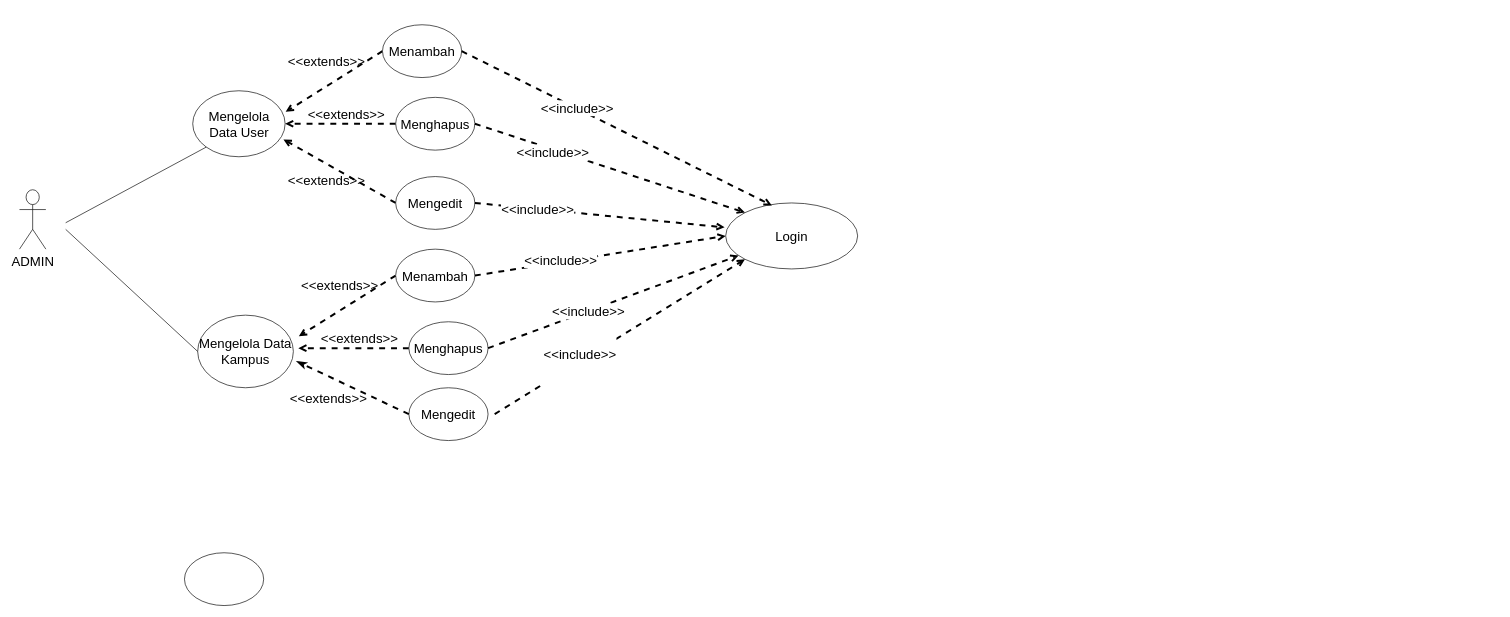
Above: page "Use case" (1 of 2) of absi Diagram.drawio in dickisepto/pustaka-booking (draw.io), before the change. Source tidied: cells renumbered, new cells numbered last; positions are measured from the earlier drawing's top-left corner, leaving out a move shared by most shapes. Both pictures are drawn from the tidied source at 66%, with x=0, y=0 at pixel (19, 24).
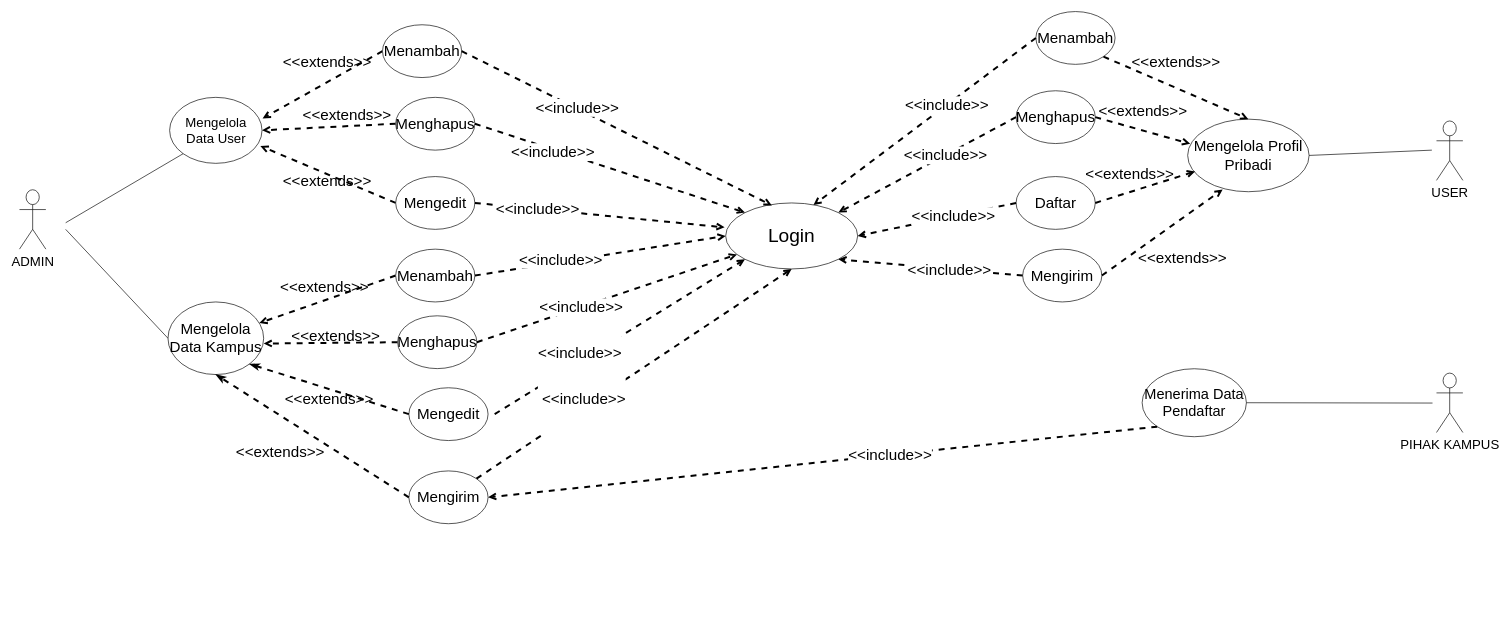
After the change.

What changed in the source:
```diff
@@
-    <mxCell id="3" style="ellipse;whiteSpace=wrap;html=1;" parent="1" vertex="1">
-      <mxGeometry x="250" y="800" width="120" height="80" as="geometry" />
-    </mxCell>
     <mxCell id="4" value="Mengelola Data User" style="ellipse;whiteSpace=wrap;html=1;fontSize=20;" parent="1" vertex="1">
-      <mxGeometry x="262.5" y="100" width="140" height="100" as="geometry" />
+      <mxGeometry x="227.5" y="110" width="140" height="100" as="geometry" />
     </mxCell>
-    <mxCell id="5" value="Mengelola Data Kampus" style="ellipse;whiteSpace=wrap;html=1;fontSize=20;" parent="1" vertex="1">
-      <mxGeometry x="270" y="440" width="145" height="110" as="geometry" />
+    <mxCell id="5" value="Mengelola Data Kampus" style="ellipse;whiteSpace=wrap;html=1;fontSize=23;" parent="1" vertex="1">
+      <mxGeometry x="225" y="420" width="145" height="110" as="geometry" />
     </mxCell>
@@
-    <mxCell id="8" style="endArrow=open;dashed=1;html=1;rounded=0;fontSize=20;endFill=0;strokeWidth=3;entryX=1.006;entryY=0.32;entryDx=0;entryDy=0;entryPerimeter=0;exitX=0;exitY=0.5;exitDx=0;exitDy=0;" parent="1" edge="1" source="9" target="4">
+    <mxCell id="8" style="endArrow=open;dashed=1;html=1;rounded=0;fontSize=23;endFill=0;strokeWidth=3;entryX=1.006;entryY=0.32;entryDx=0;entryDy=0;entryPerimeter=0;exitX=0;exitY=0.5;exitDx=0;exitDy=0;" parent="1" edge="1" source="9" target="4">
       <mxGeometry relative="1" as="geometry" />
     </mxCell>
-    <mxCell id="9" value="Menambah" style="ellipse;whiteSpace=wrap;html=1;fontSize=20;" parent="1" vertex="1">
+    <mxCell id="9" value="Menambah" style="ellipse;whiteSpace=wrap;html=1;fontSize=23;" parent="1" vertex="1">
       <mxGeometry x="550" width="120" height="80" as="geometry" />
     </mxCell>
-    <mxCell id="10" style="endArrow=open;dashed=1;html=1;rounded=0;fontSize=20;endFill=0;entryX=1;entryY=0.5;entryDx=0;entryDy=0;strokeWidth=3;exitX=0;exitY=0.5;exitDx=0;exitDy=0;" parent="1" edge="1" source="12" target="4">
+    <mxCell id="10" style="endArrow=open;dashed=1;html=1;rounded=0;fontSize=23;endFill=0;entryX=1;entryY=0.5;entryDx=0;entryDy=0;strokeWidth=3;exitX=0;exitY=0.5;exitDx=0;exitDy=0;" parent="1" edge="1" source="12" target="4">
       <mxGeometry relative="1" as="geometry" />
     </mxCell>
-    <mxCell id="11" style="endArrow=open;dashed=1;html=1;rounded=0;fontSize=20;endFill=0;entryX=0.982;entryY=0.737;entryDx=0;entryDy=0;strokeWidth=3;entryPerimeter=0;exitX=0;exitY=0.5;exitDx=0;exitDy=0;" parent="1" edge="1" source="13" target="4">
+    <mxCell id="11" style="endArrow=open;dashed=1;html=1;rounded=0;fontSize=23;endFill=0;entryX=0.982;entryY=0.737;entryDx=0;entryDy=0;strokeWidth=3;entryPerimeter=0;exitX=0;exitY=0.5;exitDx=0;exitDy=0;" parent="1" edge="1" source="13" target="4">
       <mxGeometry relative="1" as="geometry" />
     </mxCell>
-    <mxCell id="12" value="Menghapus" style="ellipse;whiteSpace=wrap;html=1;fontSize=20;" parent="1" vertex="1">
+    <mxCell id="12" value="Menghapus" style="ellipse;whiteSpace=wrap;html=1;fontSize=23;" parent="1" vertex="1">
       <mxGeometry x="570" y="110" width="120" height="80" as="geometry" />
     </mxCell>
-    <mxCell id="13" value="Mengedit" style="ellipse;whiteSpace=wrap;html=1;fontSize=20;" parent="1" vertex="1">
+    <mxCell id="13" value="Mengedit" style="ellipse;whiteSpace=wrap;html=1;fontSize=23;" parent="1" vertex="1">
       <mxGeometry x="570" y="230" width="120" height="80" as="geometry" />
     </mxCell>
-    <mxCell id="14" value="&amp;lt;&amp;lt;extends&amp;gt;&amp;gt;" style="text;html=1;align=center;verticalAlign=middle;strokeColor=none;fillColor=none;fontSize=20;" parent="1" vertex="1">
-      <mxGeometry x="400" y="220" width="130" height="30" as="geometry" />
+    <mxCell id="14" value="&amp;lt;&amp;lt;extends&amp;gt;&amp;gt;" style="text;html=1;align=center;verticalAlign=middle;strokeColor=none;fillColor=none;fontSize=23;" parent="1" vertex="1">
+      <mxGeometry x="394" y="221" width="144" height="32" as="geometry" />
     </mxCell>
-    <mxCell id="15" value="&amp;lt;&amp;lt;extends&amp;gt;&amp;gt;" style="text;html=1;align=center;verticalAlign=middle;strokeColor=none;fillColor=none;fontSize=20;" parent="1" vertex="1">
-      <mxGeometry x="400" y="40" width="130" height="30" as="geometry" />
+    <mxCell id="15" value="&amp;lt;&amp;lt;extends&amp;gt;&amp;gt;" style="text;html=1;align=center;verticalAlign=middle;strokeColor=none;fillColor=none;fontSize=23;" parent="1" vertex="1">
+      <mxGeometry x="394" y="41" width="144" height="32" as="geometry" />
     </mxCell>
-    <mxCell id="16" value="&amp;lt;&amp;lt;extends&amp;gt;&amp;gt;" style="text;html=1;align=center;verticalAlign=middle;strokeColor=none;fillColor=none;fontSize=20;" parent="1" vertex="1">
-      <mxGeometry x="430" y="120" width="130" height="30" as="geometry" />
+    <mxCell id="16" value="&amp;lt;&amp;lt;extends&amp;gt;&amp;gt;" style="text;html=1;align=center;verticalAlign=middle;strokeColor=none;fillColor=none;fontSize=23;" parent="1" vertex="1">
+      <mxGeometry x="424" y="121" width="144" height="32" as="geometry" />
     </mxCell>
-    <mxCell id="17" style="endArrow=open;dashed=1;html=1;rounded=0;fontSize=20;endFill=0;strokeWidth=3;entryX=1.006;entryY=0.32;entryDx=0;entryDy=0;entryPerimeter=0;exitX=0;exitY=0.5;exitDx=0;exitDy=0;" parent="1" edge="1" source="18">
-      <mxGeometry relative="1" as="geometry">
-        <mxPoint x="423.3" y="472" as="targetPoint" />
-      </mxGeometry>
+    <mxCell id="17" style="endArrow=open;dashed=1;html=1;rounded=0;fontSize=23;endFill=0;strokeWidth=3;exitX=0;exitY=0.5;exitDx=0;exitDy=0;" parent="1" edge="1" source="18" target="5">
+      <mxGeometry relative="1" as="geometry" />
     </mxCell>
-    <mxCell id="18" value="Menambah" style="ellipse;whiteSpace=wrap;html=1;fontSize=20;" parent="1" vertex="1">
+    <mxCell id="18" value="Menambah" style="ellipse;whiteSpace=wrap;html=1;fontSize=23;" parent="1" vertex="1">
       <mxGeometry x="570" y="340" width="120" height="80" as="geometry" />
     </mxCell>
-    <mxCell id="19" style="endArrow=open;dashed=1;html=1;rounded=0;fontSize=20;endFill=0;entryX=1;entryY=0.5;entryDx=0;entryDy=0;strokeWidth=3;exitX=0;exitY=0.5;exitDx=0;exitDy=0;" parent="1" edge="1" source="20">
-      <mxGeometry relative="1" as="geometry">
-        <mxPoint x="422.5" y="490" as="targetPoint" />
-      </mxGeometry>
+    <mxCell id="19" style="endArrow=open;dashed=1;html=1;rounded=0;fontSize=23;endFill=0;entryX=1;entryY=0.573;entryDx=0;entryDy=0;strokeWidth=3;exitX=0;exitY=0.5;exitDx=0;exitDy=0;entryPerimeter=0;" parent="1" edge="1" source="20" target="5">
+      <mxGeometry relative="1" as="geometry" />
     </mxCell>
-    <mxCell id="20" value="Menghapus" style="ellipse;whiteSpace=wrap;html=1;fontSize=20;" parent="1" vertex="1">
-      <mxGeometry x="590" y="450" width="120" height="80" as="geometry" />
+    <mxCell id="20" value="Menghapus" style="ellipse;whiteSpace=wrap;html=1;fontSize=23;" parent="1" vertex="1">
+      <mxGeometry x="573" y="441" width="120" height="80" as="geometry" />
     </mxCell>
-    <mxCell id="21" value="Mengedit" style="ellipse;whiteSpace=wrap;html=1;fontSize=20;" parent="1" vertex="1">
+    <mxCell id="21" value="Mengedit" style="ellipse;whiteSpace=wrap;html=1;fontSize=23;" parent="1" vertex="1">
       <mxGeometry x="590" y="550" width="120" height="80" as="geometry" />
     </mxCell>
-    <mxCell id="22" value="&amp;lt;&amp;lt;extends&amp;gt;&amp;gt;" style="text;html=1;align=center;verticalAlign=middle;strokeColor=none;fillColor=none;fontSize=20;" parent="1" vertex="1">
-      <mxGeometry x="402.5" y="550" width="130" height="30" as="geometry" />
+    <mxCell id="22" value="&amp;lt;&amp;lt;extends&amp;gt;&amp;gt;" style="text;html=1;align=center;verticalAlign=middle;strokeColor=none;fillColor=none;fontSize=23;" parent="1" vertex="1">
+      <mxGeometry x="396.5" y="551" width="144" height="32" as="geometry" />
     </mxCell>
-    <mxCell id="23" value="&amp;lt;&amp;lt;extends&amp;gt;&amp;gt;" style="text;html=1;align=center;verticalAlign=middle;strokeColor=none;fillColor=none;fontSize=20;" parent="1" vertex="1">
-      <mxGeometry x="420" y="380" width="130" height="30" as="geometry" />
+    <mxCell id="23" value="&amp;lt;&amp;lt;extends&amp;gt;&amp;gt;" style="text;html=1;align=center;verticalAlign=middle;strokeColor=none;fillColor=none;fontSize=23;" parent="1" vertex="1">
+      <mxGeometry x="390" y="381" width="144" height="32" as="geometry" />
     </mxCell>
-    <mxCell id="24" value="&amp;lt;&amp;lt;extends&amp;gt;&amp;gt;" style="text;html=1;align=center;verticalAlign=middle;strokeColor=none;fillColor=none;fontSize=20;" parent="1" vertex="1">
-      <mxGeometry x="450" y="460" width="130" height="30" as="geometry" />
+    <mxCell id="24" value="&amp;lt;&amp;lt;extends&amp;gt;&amp;gt;" style="text;html=1;align=center;verticalAlign=middle;strokeColor=none;fillColor=none;fontSize=23;" parent="1" vertex="1">
+      <mxGeometry x="407" y="455" width="144" height="32" as="geometry" />
     </mxCell>
-    <mxCell id="25" style="endArrow=classicThin;dashed=1;html=1;rounded=0;fontSize=20;strokeWidth=3;endFill=1;exitX=0;exitY=0.5;exitDx=0;exitDy=0;" parent="1" edge="1" source="21">
-      <mxGeometry relative="1" as="geometry">
-        <mxPoint x="420" y="510" as="targetPoint" />
-      </mxGeometry>
+    <mxCell id="25" style="endArrow=classicThin;dashed=1;html=1;rounded=0;fontSize=23;strokeWidth=3;endFill=1;exitX=0;exitY=0.5;exitDx=0;exitDy=0;entryX=1;entryY=1;entryDx=0;entryDy=0;" parent="1" edge="1" source="21" target="5">
+      <mxGeometry relative="1" as="geometry" />
     </mxCell>
-    <mxCell id="26" style="endArrow=open;dashed=1;html=1;rounded=0;fontSize=20;strokeWidth=3;exitX=1;exitY=0.5;exitDx=0;exitDy=0;endFill=0;entryX=0;entryY=0.5;entryDx=0;entryDy=0;" parent="1" edge="1" source="18" target="33">
+    <mxCell id="26" style="endArrow=open;dashed=1;html=1;rounded=0;fontSize=23;strokeWidth=3;exitX=1;exitY=0.5;exitDx=0;exitDy=0;endFill=0;entryX=0;entryY=0.5;entryDx=0;entryDy=0;" parent="1" edge="1" source="18" target="33">
       <mxGeometry relative="1" as="geometry" />
     </mxCell>
-    <mxCell id="27" value="&amp;lt;&amp;lt;include&amp;gt;&amp;gt;" style="edgeLabel;html=1;align=center;verticalAlign=middle;fontSize=20;" parent="26" vertex="1">
+    <mxCell id="27" value="&amp;lt;&amp;lt;include&amp;gt;&amp;gt;" style="edgeLabel;html=1;align=center;verticalAlign=middle;fontSize=23;" parent="26" vertex="1">
       <mxGeometry x="-0.32" y="4" relative="1" as="geometry">
         <mxPoint x="1" as="offset" />
       </mxGeometry>
     </mxCell>
-    <mxCell id="28" style="endArrow=open;dashed=1;html=1;rounded=0;fontSize=20;strokeWidth=3;endFill=0;" parent="1" edge="1" target="33">
-      <mxGeometry relative="1" as="geometry">
-        <mxPoint x="710" y="490" as="sourcePoint" />
-      </mxGeometry>
+    <mxCell id="28" style="endArrow=open;dashed=1;html=1;rounded=0;fontSize=23;strokeWidth=3;endFill=0;exitX=1;exitY=0.5;exitDx=0;exitDy=0;" parent="1" edge="1" source="20" target="33">
+      <mxGeometry relative="1" as="geometry" />
     </mxCell>
-    <mxCell id="29" value="&amp;lt;&amp;lt;include&amp;gt;&amp;gt;" style="edgeLabel;html=1;align=center;verticalAlign=middle;fontSize=20;" parent="28" vertex="1">
+    <mxCell id="29" value="&amp;lt;&amp;lt;include&amp;gt;&amp;gt;" style="edgeLabel;html=1;align=center;verticalAlign=middle;fontSize=23;" parent="28" vertex="1">
       <mxGeometry x="-0.2" relative="1" as="geometry" />
     </mxCell>
-    <mxCell id="30" value="&#10;&amp;lt;&amp;lt;include&amp;gt;&amp;gt;&#10;&#10;" style="endArrow=open;dashed=1;html=1;rounded=0;fontSize=20;strokeWidth=3;endFill=0;entryX=0;entryY=1;entryDx=0;entryDy=0;" parent="1" edge="1" target="33">
+    <mxCell id="30" value="&#10;&amp;lt;&amp;lt;include&amp;gt;&amp;gt;&#10;&#10;" style="endArrow=open;dashed=1;html=1;rounded=0;fontSize=23;strokeWidth=3;endFill=0;entryX=0;entryY=1;entryDx=0;entryDy=0;" parent="1" edge="1" target="33">
       <mxGeometry x="-0.32" relative="1" as="geometry">
         <mxPoint x="720" y="590" as="sourcePoint" />
         <mxPoint y="1" as="offset" />
       </mxGeometry>
     </mxCell>
-    <mxCell id="31" style="endArrow=open;dashed=1;html=1;rounded=0;fontSize=20;strokeWidth=3;exitX=1;exitY=0.5;exitDx=0;exitDy=0;endFill=0;entryX=-0.008;entryY=0.37;entryDx=0;entryDy=0;entryPerimeter=0;" parent="1" edge="1" source="13" target="33">
+    <mxCell id="31" style="endArrow=open;dashed=1;html=1;rounded=0;fontSize=23;strokeWidth=3;exitX=1;exitY=0.5;exitDx=0;exitDy=0;endFill=0;entryX=-0.008;entryY=0.37;entryDx=0;entryDy=0;entryPerimeter=0;" parent="1" edge="1" source="13" target="33">
       <mxGeometry relative="1" as="geometry" />
     </mxCell>
-    <mxCell id="32" value="&amp;lt;&amp;lt;include&amp;gt;&amp;gt;" style="edgeLabel;html=1;align=center;verticalAlign=middle;fontSize=20;" parent="31" vertex="1">
+    <mxCell id="32" value="&amp;lt;&amp;lt;include&amp;gt;&amp;gt;" style="edgeLabel;html=1;align=center;verticalAlign=middle;fontSize=23;" parent="31" vertex="1">
       <mxGeometry x="-0.5" y="1" relative="1" as="geometry" />
     </mxCell>
-    <mxCell id="33" value="Login" style="ellipse;whiteSpace=wrap;html=1;fontSize=20;" parent="1" vertex="1">
+    <mxCell id="33" value="&lt;font style=&quot;font-size: 29px&quot;&gt;Login&lt;/font&gt;" style="ellipse;whiteSpace=wrap;html=1;fontSize=23;" parent="1" vertex="1">
       <mxGeometry x="1070" y="270" width="200" height="100" as="geometry" />
     </mxCell>
-    <mxCell id="34" style="endArrow=open;dashed=1;html=1;rounded=0;fontSize=20;strokeWidth=3;exitX=1;exitY=0.5;exitDx=0;exitDy=0;endFill=0;entryX=0;entryY=0;entryDx=0;entryDy=0;" parent="1" edge="1" source="12" target="33">
+    <mxCell id="34" style="endArrow=open;dashed=1;html=1;rounded=0;fontSize=23;strokeWidth=3;exitX=1;exitY=0.5;exitDx=0;exitDy=0;endFill=0;entryX=0;entryY=0;entryDx=0;entryDy=0;" parent="1" edge="1" source="12" target="33">
       <mxGeometry relative="1" as="geometry" />
     </mxCell>
-    <mxCell id="35" value="&amp;lt;&amp;lt;include&amp;gt;&amp;gt;" style="edgeLabel;html=1;align=center;verticalAlign=middle;fontSize=20;" parent="34" vertex="1">
+    <mxCell id="35" value="&amp;lt;&amp;lt;include&amp;gt;&amp;gt;" style="edgeLabel;html=1;align=center;verticalAlign=middle;fontSize=23;" parent="34" vertex="1">
       <mxGeometry x="-0.42" y="-3" relative="1" as="geometry">
         <mxPoint y="1" as="offset" />
       </mxGeometry>
     </mxCell>
-    <mxCell id="36" style="endArrow=open;dashed=1;html=1;rounded=0;fontSize=20;strokeWidth=3;exitX=1;exitY=0.5;exitDx=0;exitDy=0;endFill=0;entryX=0.35;entryY=0.037;entryDx=0;entryDy=0;entryPerimeter=0;" parent="1" edge="1" source="9" target="33">
+    <mxCell id="36" style="endArrow=open;dashed=1;html=1;rounded=0;fontSize=23;strokeWidth=3;exitX=1;exitY=0.5;exitDx=0;exitDy=0;endFill=0;entryX=0.35;entryY=0.037;entryDx=0;entryDy=0;entryPerimeter=0;" parent="1" edge="1" source="9" target="33">
       <mxGeometry relative="1" as="geometry" />
     </mxCell>
-    <mxCell id="37" value="&amp;lt;&amp;lt;include&amp;gt;&amp;gt;" style="edgeLabel;html=1;align=center;verticalAlign=middle;fontSize=20;" parent="36" vertex="1">
+    <mxCell id="37" value="&amp;lt;&amp;lt;include&amp;gt;&amp;gt;" style="edgeLabel;html=1;align=center;verticalAlign=middle;fontSize=23;" parent="36" vertex="1">
       <mxGeometry x="-0.26" y="1" relative="1" as="geometry" />
     </mxCell>
+    <mxCell id="38" value="PIHAK KAMPUS" style="shape=umlActor;verticalLabelPosition=bottom;verticalAlign=top;html=1;fontSize=20;strokeColor=default;" parent="1" vertex="1">
+      <mxGeometry x="2147" y="527.8" width="40" height="90" as="geometry" />
+    </mxCell>
+    <mxCell id="39" value="Menerima Data Pendaftar" style="ellipse;whiteSpace=wrap;html=1;fontSize=22;strokeColor=default;" parent="1" vertex="1">
+      <mxGeometry x="1701" y="521.2" width="158" height="103" as="geometry" />
+    </mxCell>
+    <mxCell id="40" value="Mengirim" style="ellipse;whiteSpace=wrap;html=1;fontSize=23;" parent="1" vertex="1">
+      <mxGeometry x="590" y="676" width="120" height="80" as="geometry" />
+    </mxCell>
+    <mxCell id="41" style="endArrow=classicThin;dashed=1;html=1;rounded=0;fontSize=23;strokeWidth=3;endFill=1;exitX=0;exitY=0.5;exitDx=0;exitDy=0;entryX=0.5;entryY=1;entryDx=0;entryDy=0;" parent="1" edge="1" source="40" target="5">
+      <mxGeometry relative="1" as="geometry" />
+    </mxCell>
+    <mxCell id="42" value="&amp;lt;&amp;lt;extends&amp;gt;&amp;gt;" style="text;html=1;align=center;verticalAlign=middle;strokeColor=none;fillColor=none;fontSize=23;" parent="1" vertex="1">
+      <mxGeometry x="323" y="631" width="144" height="32" as="geometry" />
+    </mxCell>
+    <mxCell id="43" style="endArrow=open;dashed=1;html=1;rounded=0;fontSize=23;strokeWidth=3;endFill=0;exitX=0;exitY=1;exitDx=0;exitDy=0;entryX=1;entryY=0.5;entryDx=0;entryDy=0;" parent="1" edge="1" source="39" target="40">
+      <mxGeometry relative="1" as="geometry" />
+    </mxCell>
+    <mxCell id="44" value="&amp;lt;&amp;lt;include&amp;gt;&amp;gt;" style="edgeLabel;html=1;align=center;verticalAlign=middle;fontSize=23;" parent="43" vertex="1">
+      <mxGeometry x="-0.2" relative="1" as="geometry" />
+    </mxCell>
+    <mxCell id="45" style="endArrow=none;html=1;rounded=0;fontSize=20;entryX=1;entryY=0.5;entryDx=0;entryDy=0;strokeColor=default;" parent="1" edge="1" target="39">
+      <mxGeometry relative="1" as="geometry">
+        <mxPoint x="2141" y="573.2" as="sourcePoint" />
+      </mxGeometry>
+    </mxCell>
+    <mxCell id="46" value="&#10;&amp;lt;&amp;lt;include&amp;gt;&amp;gt;&#10;&#10;" style="endArrow=open;dashed=1;html=1;rounded=0;fontSize=23;strokeWidth=3;endFill=0;entryX=0.5;entryY=1;entryDx=0;entryDy=0;exitX=1;exitY=0;exitDx=0;exitDy=0;" parent="1" edge="1" source="40" target="33">
+      <mxGeometry x="-0.32" relative="1" as="geometry">
+        <mxPoint y="1" as="offset" />
+      </mxGeometry>
+    </mxCell>
+    <mxCell id="47" value="USER" style="shape=umlActor;verticalLabelPosition=bottom;verticalAlign=top;html=1;fontSize=20;strokeColor=default;" parent="1" vertex="1">
+      <mxGeometry x="2147" y="145.8" width="40" height="90" as="geometry" />
+    </mxCell>
+    <mxCell id="48" value="Mengelola Profil Pribadi" style="ellipse;whiteSpace=wrap;html=1;fontSize=23;strokeColor=default;" parent="1" vertex="1">
+      <mxGeometry x="1770" y="143" width="184" height="110" as="geometry" />
+    </mxCell>
+    <mxCell id="49" value="Menambah" style="ellipse;whiteSpace=wrap;html=1;fontSize=23;" parent="1" vertex="1">
+      <mxGeometry x="1540" y="-20" width="120" height="80" as="geometry" />
+    </mxCell>
+    <mxCell id="50" value="Menghapus" style="ellipse;whiteSpace=wrap;html=1;fontSize=23;" parent="1" vertex="1">
+      <mxGeometry x="1510" y="100" width="120" height="80" as="geometry" />
+    </mxCell>
+    <mxCell id="51" value="Daftar" style="ellipse;whiteSpace=wrap;html=1;fontSize=23;" parent="1" vertex="1">
+      <mxGeometry x="1510" y="230" width="120" height="80" as="geometry" />
+    </mxCell>
+    <mxCell id="52" value="Mengirim" style="ellipse;whiteSpace=wrap;html=1;fontSize=23;" parent="1" vertex="1">
+      <mxGeometry x="1520" y="340" width="120" height="80" as="geometry" />
+    </mxCell>
+    <mxCell id="53" style="endArrow=open;dashed=1;html=1;rounded=0;fontSize=23;endFill=0;strokeWidth=3;entryX=0.5;entryY=0;entryDx=0;entryDy=0;exitX=1;exitY=1;exitDx=0;exitDy=0;" parent="1" edge="1" source="49" target="48">
+      <mxGeometry relative="1" as="geometry" />
+    </mxCell>
+    <mxCell id="54" value="&amp;lt;&amp;lt;extends&amp;gt;&amp;gt;" style="text;html=1;align=center;verticalAlign=middle;strokeColor=none;fillColor=none;fontSize=23;" parent="1" vertex="1">
+      <mxGeometry x="1680" y="41" width="144" height="32" as="geometry" />
+    </mxCell>
+    <mxCell id="55" style="endArrow=open;dashed=1;html=1;rounded=0;fontSize=23;endFill=0;strokeWidth=3;entryX=0.021;entryY=0.34;entryDx=0;entryDy=0;exitX=1;exitY=0.5;exitDx=0;exitDy=0;entryPerimeter=0;" parent="1" edge="1" source="50" target="48">
+      <mxGeometry relative="1" as="geometry" />
+    </mxCell>
+    <mxCell id="56" style="endArrow=open;dashed=1;html=1;rounded=0;fontSize=23;endFill=0;strokeWidth=3;entryX=0.061;entryY=0.721;entryDx=0;entryDy=0;exitX=1;exitY=0.5;exitDx=0;exitDy=0;entryPerimeter=0;" parent="1" edge="1" source="51" target="48">
+      <mxGeometry relative="1" as="geometry" />
+    </mxCell>
+    <mxCell id="57" style="endArrow=open;dashed=1;html=1;rounded=0;fontSize=23;endFill=0;strokeWidth=3;entryX=0.288;entryY=0.969;entryDx=0;entryDy=0;exitX=1;exitY=0.5;exitDx=0;exitDy=0;entryPerimeter=0;" parent="1" edge="1" source="52" target="48">
+      <mxGeometry relative="1" as="geometry" />
+    </mxCell>
+    <mxCell id="58" value="&amp;lt;&amp;lt;extends&amp;gt;&amp;gt;" style="text;html=1;align=center;verticalAlign=middle;strokeColor=none;fillColor=none;fontSize=23;" parent="1" vertex="1">
+      <mxGeometry x="1610" y="210" width="144" height="32" as="geometry" />
+    </mxCell>
+    <mxCell id="59" value="&amp;lt;&amp;lt;extends&amp;gt;&amp;gt;" style="text;html=1;align=center;verticalAlign=middle;strokeColor=none;fillColor=none;fontSize=23;" parent="1" vertex="1">
+      <mxGeometry x="1690" y="338" width="144" height="32" as="geometry" />
+    </mxCell>
+    <mxCell id="60" value="&amp;lt;&amp;lt;extends&amp;gt;&amp;gt;" style="text;html=1;align=center;verticalAlign=middle;strokeColor=none;fillColor=none;fontSize=23;" parent="1" vertex="1">
+      <mxGeometry x="1630" y="113.8" width="144" height="32" as="geometry" />
+    </mxCell>
+    <mxCell id="61" style="endArrow=open;dashed=1;html=1;rounded=0;fontSize=23;strokeWidth=3;endFill=0;exitX=0;exitY=0.5;exitDx=0;exitDy=0;entryX=1;entryY=0;entryDx=0;entryDy=0;" parent="1" edge="1" source="50" target="33">
+      <mxGeometry relative="1" as="geometry" />
+    </mxCell>
+    <mxCell id="62" value="&amp;lt;&amp;lt;include&amp;gt;&amp;gt;" style="edgeLabel;html=1;align=center;verticalAlign=middle;fontSize=23;" parent="61" vertex="1">
+      <mxGeometry x="-0.2" relative="1" as="geometry" />
+    </mxCell>
+    <mxCell id="63" style="endArrow=open;dashed=1;html=1;rounded=0;fontSize=23;strokeWidth=3;endFill=0;exitX=0;exitY=0.5;exitDx=0;exitDy=0;entryX=1;entryY=1;entryDx=0;entryDy=0;" parent="1" edge="1" source="52" target="33">
+      <mxGeometry relative="1" as="geometry" />
+    </mxCell>
+    <mxCell id="64" value="&amp;lt;&amp;lt;include&amp;gt;&amp;gt;" style="edgeLabel;html=1;align=center;verticalAlign=middle;fontSize=23;" parent="63" vertex="1">
+      <mxGeometry x="-0.2" relative="1" as="geometry" />
+    </mxCell>
+    <mxCell id="65" style="endArrow=open;dashed=1;html=1;rounded=0;fontSize=23;strokeWidth=3;endFill=0;exitX=0;exitY=0.5;exitDx=0;exitDy=0;entryX=1;entryY=0.5;entryDx=0;entryDy=0;" parent="1" edge="1" source="51" target="33">
+      <mxGeometry relative="1" as="geometry" />
+    </mxCell>
+    <mxCell id="66" value="&amp;lt;&amp;lt;include&amp;gt;&amp;gt;" style="edgeLabel;html=1;align=center;verticalAlign=middle;fontSize=23;" parent="65" vertex="1">
+      <mxGeometry x="-0.2" relative="1" as="geometry" />
+    </mxCell>
+    <mxCell id="67" style="endArrow=open;dashed=1;html=1;rounded=0;fontSize=23;strokeWidth=3;endFill=0;exitX=0;exitY=0.5;exitDx=0;exitDy=0;entryX=0.665;entryY=0.032;entryDx=0;entryDy=0;entryPerimeter=0;" parent="1" edge="1" source="49" target="33">
+      <mxGeometry relative="1" as="geometry" />
+    </mxCell>
+    <mxCell id="68" value="&amp;lt;&amp;lt;include&amp;gt;&amp;gt;" style="edgeLabel;html=1;align=center;verticalAlign=middle;fontSize=23;" parent="67" vertex="1">
+      <mxGeometry x="-0.2" relative="1" as="geometry" />
+    </mxCell>
+    <mxCell id="69" style="endArrow=none;html=1;rounded=0;fontSize=20;entryX=1;entryY=0.5;entryDx=0;entryDy=0;strokeColor=default;" parent="1" edge="1" target="48">
+      <mxGeometry relative="1" as="geometry">
+        <mxPoint x="2140" y="190" as="sourcePoint" />
+      </mxGeometry>
+    </mxCell>
```
